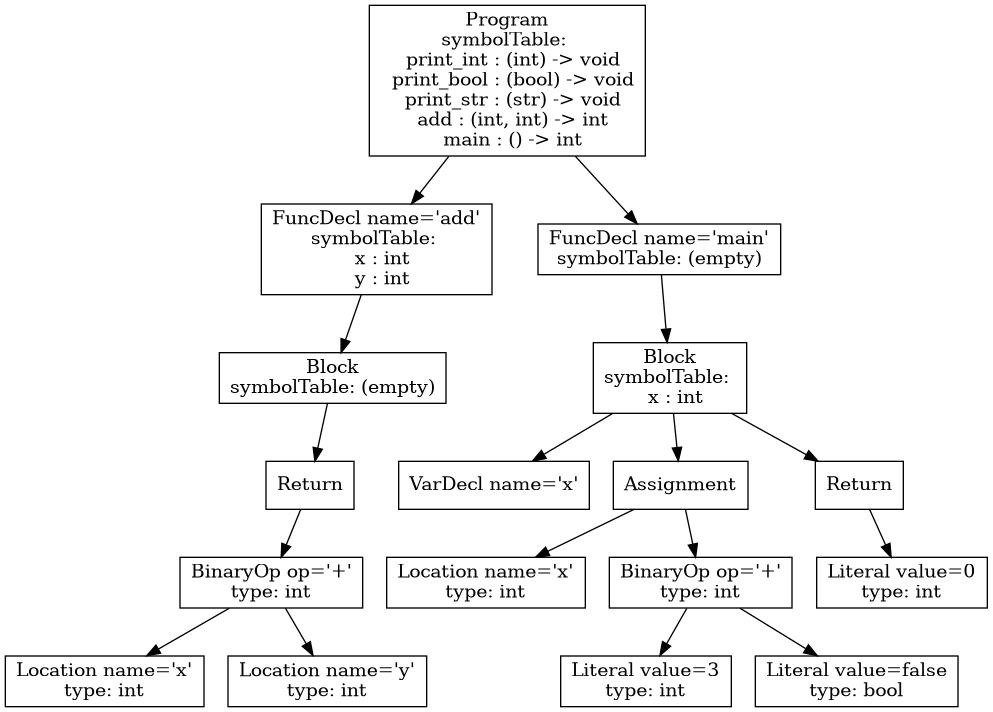
The Graphviz diagram p3-analysis/tree.png in atrim11/CS432, before a commit. Its source is kept beside it as p3-analysis/tree.dot.
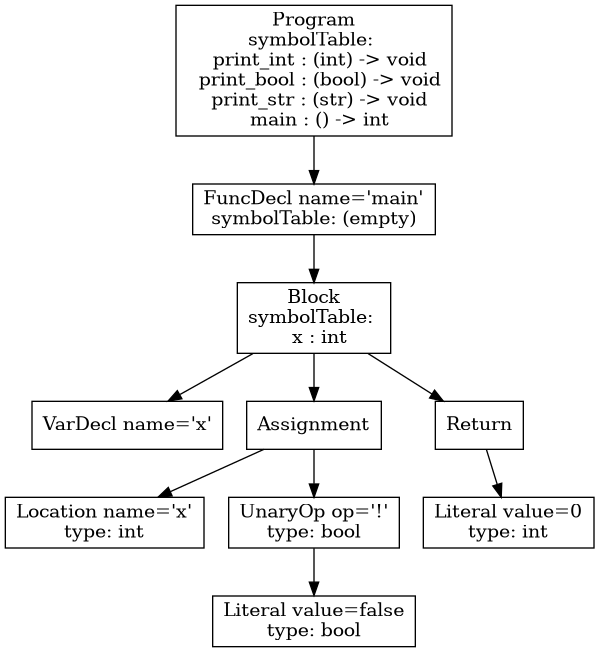
The same file after the commit.

Change to the diagram source:
```diff
@@ -1,35 +1,21 @@
 digraph AST {
+3 [shape=box, label="VarDecl name='x'"];
 5 [shape=box, label="Location name='x'\ntype: int"];
-6 [shape=box, label="Location name='y'\ntype: int"];
-4 [shape=box, label="BinaryOp op='+'\ntype: int"];
+7 [shape=box, label="Literal value=false\ntype: bool"];
+6 [shape=box, label="UnaryOp op='!'\ntype: bool"];
+6 -> 7;
+4 [shape=box, label="Assignment"];
 4 -> 5;
 4 -> 6;
-3 [shape=box, label="Return"];
-3 -> 4;
-2 [shape=box, label="Block\nsymbolTable: (empty)"];
+9 [shape=box, label="Literal value=0\ntype: int"];
+8 [shape=box, label="Return"];
+8 -> 9;
+2 [shape=box, label="Block\nsymbolTable: \n  x : int"];
 2 -> 3;
-1 [shape=box, label="FuncDecl name='add'\nsymbolTable: \n  x : int\n  y : int"];
+2 -> 4;
+2 -> 8;
+1 [shape=box, label="FuncDecl name='main'\nsymbolTable: (empty)"];
 1 -> 2;
-9 [shape=box, label="VarDecl name='x'"];
-11 [shape=box, label="Location name='x'\ntype: int"];
-13 [shape=box, label="Literal value=3\ntype: int"];
-14 [shape=box, label="Literal value=false\ntype: bool"];
-12 [shape=box, label="BinaryOp op='+'\ntype: int"];
-12 -> 13;
-12 -> 14;
-10 [shape=box, label="Assignment"];
-10 -> 11;
-10 -> 12;
-16 [shape=box, label="Literal value=0\ntype: int"];
-15 [shape=box, label="Return"];
-15 -> 16;
-8 [shape=box, label="Block\nsymbolTable: \n  x : int"];
-8 -> 9;
-8 -> 10;
-8 -> 15;
-7 [shape=box, label="FuncDecl name='main'\nsymbolTable: (empty)"];
-7 -> 8;
-0 [shape=box, label="Program\nsymbolTable: \n  print_int : (int) -> void\n  print_bool : (bool) -> void\n  print_str : (str) -> void\n  add : (int, int) -> int\n  main : () -> int"];
+0 [shape=box, label="Program\nsymbolTable: \n  print_int : (int) -> void\n  print_bool : (bool) -> void\n  print_str : (str) -> void\n  main : () -> int"];
 0 -> 1;
-0 -> 7;
 }
```
